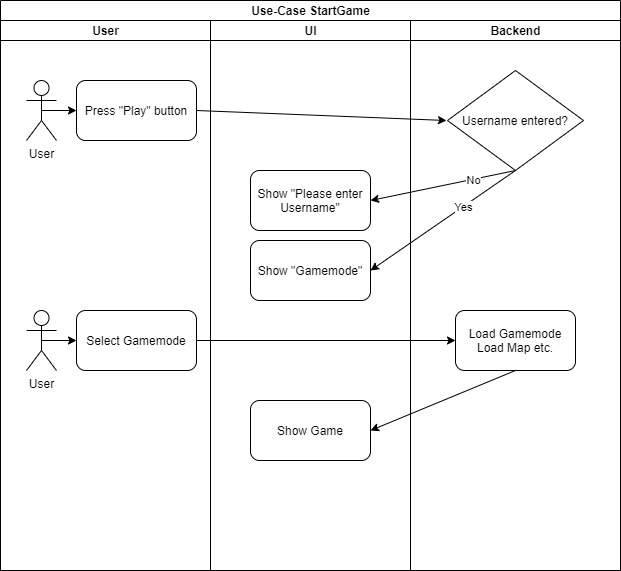
Above: images/UC_GameStart.png in NicoSchrodt/GuessWhereCopy (draw.io), before the change. Source tidied: cells renumbered, new cells last; positions are measured from the earlier drawing's top-left corner, leaving out a move shared by most shapes.
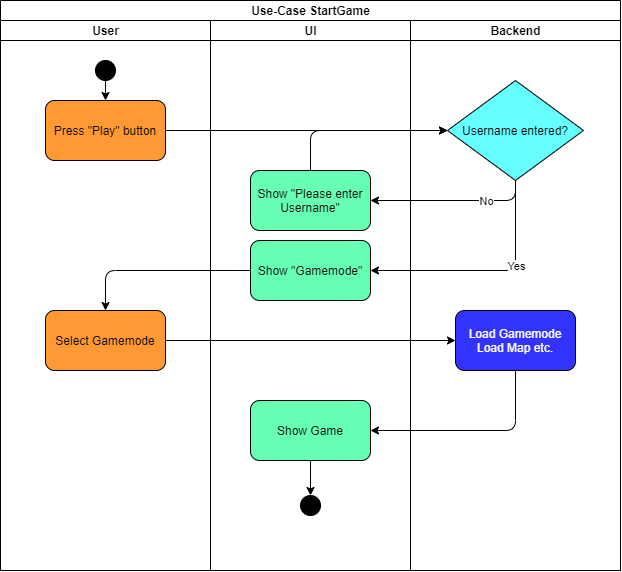
The same file after the commit.

Commit message:
updated usecase diagram startgame

Diff of the diagram source:
```diff
@@ -8,47 +8,51 @@
     <mxCell id="3" value="User" style="swimlane;html=1;startSize=20;" parent="2" vertex="1">
       <mxGeometry y="20" width="210" height="550" as="geometry" />
     </mxCell>
-    <mxCell id="4" value="User" style="shape=umlActor;verticalLabelPosition=bottom;verticalAlign=top;html=1;outlineConnect=0;" parent="3" vertex="1">
-      <mxGeometry x="26" y="60" width="30" height="60" as="geometry" />
-    </mxCell>
-    <mxCell id="5" value="Press &quot;Play&quot; button" style="rounded=1;whiteSpace=wrap;html=1;" parent="3" vertex="1">
-      <mxGeometry x="76" y="60" width="120" height="60" as="geometry" />
+    <mxCell id="5" value="Press &quot;Play&quot; button" style="rounded=1;whiteSpace=wrap;html=1;fillColor=#FF9933;" parent="3" vertex="1">
+      <mxGeometry x="45" y="80" width="120" height="60" as="geometry" />
     </mxCell>
-    <mxCell id="6" style="endArrow=classic;html=1;exitX=0.5;exitY=0.5;exitDx=0;exitDy=0;exitPerimeter=0;entryX=0;entryY=0.5;entryDx=0;entryDy=0;" parent="3" edge="1" source="4" target="5">
-      <mxGeometry relative="1" as="geometry" />
-    </mxCell>
-    <mxCell id="7" value="User" style="shape=umlActor;verticalLabelPosition=bottom;verticalAlign=top;html=1;outlineConnect=0;" parent="3" vertex="1">
-      <mxGeometry x="26" y="290" width="30" height="60" as="geometry" />
-    </mxCell>
-    <mxCell id="8" value="Select Gamemode" style="rounded=1;whiteSpace=wrap;html=1;" parent="3" vertex="1">
-      <mxGeometry x="76" y="290" width="120" height="60" as="geometry" />
+    <mxCell id="8" value="Select Gamemode" style="rounded=1;whiteSpace=wrap;html=1;fillColor=#FF9933;" parent="3" vertex="1">
+      <mxGeometry x="45" y="290" width="120" height="60" as="geometry" />
     </mxCell>
-    <mxCell id="9" style="endArrow=classic;html=1;exitX=0.5;exitY=0.5;exitDx=0;exitDy=0;exitPerimeter=0;entryX=0;entryY=0.5;entryDx=0;entryDy=0;" parent="3" edge="1" source="7" target="8">
-      <mxGeometry relative="1" as="geometry" />
-    </mxCell>
+    <mxCell id="24" style="ellipse;whiteSpace=wrap;html=1;fillColor=#000000;" parent="3" vertex="1">
+      <mxGeometry x="95" y="40" width="20" height="20" as="geometry" />
+    </mxCell>
+    <mxCell id="25" style="endArrow=classic;html=1;exitX=0.5;exitY=1;exitDx=0;exitDy=0;entryX=0.5;entryY=0;entryDx=0;entryDy=0;" parent="3" edge="1" source="24" target="5">
+      <mxGeometry relative="1" as="geometry" />
+    </mxCell>
     <mxCell id="10" value="UI" style="swimlane;html=1;startSize=20;" parent="2" vertex="1">
       <mxGeometry x="210" y="20" width="200" height="550" as="geometry" />
     </mxCell>
-    <mxCell id="11" value="Show &quot;Gamemode&quot;" style="rounded=1;whiteSpace=wrap;html=1;" parent="10" vertex="1">
+    <mxCell id="11" value="Show &quot;Gamemode&quot;" style="rounded=1;whiteSpace=wrap;html=1;fillColor=#66FFB3;" parent="10" vertex="1">
       <mxGeometry x="40" y="220" width="120" height="60" as="geometry" />
     </mxCell>
-    <mxCell id="12" value="Show &quot;Please enter Username&quot;" style="rounded=1;whiteSpace=wrap;html=1;" parent="10" vertex="1">
+    <mxCell id="12" value="Show &quot;Please enter Username&quot;" style="rounded=1;whiteSpace=wrap;html=1;fillColor=#66FFB3;" parent="10" vertex="1">
       <mxGeometry x="40" y="150" width="120" height="60" as="geometry" />
     </mxCell>
-    <mxCell id="13" value="Show Game" style="rounded=1;whiteSpace=wrap;html=1;" parent="10" vertex="1">
+    <mxCell id="13" value="Show Game" style="rounded=1;whiteSpace=wrap;html=1;fillColor=#66FFB3;" parent="10" vertex="1">
       <mxGeometry x="40" y="380" width="120" height="60" as="geometry" />
     </mxCell>
+    <mxCell id="26" style="ellipse;whiteSpace=wrap;html=1;fillColor=#000000;" parent="10" vertex="1">
+      <mxGeometry x="90" y="475" width="20" height="20" as="geometry" />
+    </mxCell>
+    <mxCell id="27" style="endArrow=classic;html=1;entryX=0.5;entryY=0;entryDx=0;entryDy=0;exitX=0.5;exitY=1;exitDx=0;exitDy=0;" parent="10" edge="1" source="13" target="26">
+      <mxGeometry relative="1" as="geometry" />
+    </mxCell>
     <mxCell id="14" value="Backend" style="swimlane;html=1;startSize=20;" parent="2" vertex="1">
       <mxGeometry x="410" y="20" width="210" height="550" as="geometry" />
     </mxCell>
-    <mxCell id="15" value="Username entered?" style="rhombus;whiteSpace=wrap;html=1;" parent="14" vertex="1">
-      <mxGeometry x="37" y="50" width="136" height="100" as="geometry" />
+    <mxCell id="15" value="Username entered?" style="rhombus;whiteSpace=wrap;html=1;fillColor=#66FFFF;" parent="14" vertex="1">
+      <mxGeometry x="37" y="60" width="136" height="100" as="geometry" />
     </mxCell>
-    <mxCell id="16" value="Load Gamemode&lt;br&gt;Load Map etc." style="rounded=1;whiteSpace=wrap;html=1;" parent="14" vertex="1">
+    <mxCell id="16" value="&lt;font color=&quot;#ffffff&quot;&gt;Load Gamemode&lt;br&gt;Load Map etc.&lt;/font&gt;" style="rounded=1;whiteSpace=wrap;html=1;fillColor=#3333FF;" parent="14" vertex="1">
       <mxGeometry x="45" y="290" width="120" height="60" as="geometry" />
     </mxCell>
     <mxCell id="17" style="endArrow=classic;html=1;entryX=1;entryY=0.5;entryDx=0;entryDy=0;exitX=0.5;exitY=1;exitDx=0;exitDy=0;" parent="2" edge="1" source="15" target="11">
-      <mxGeometry relative="1" as="geometry" />
+      <mxGeometry relative="1" as="geometry">
+        <Array as="points">
+          <mxPoint x="515" y="270" />
+        </Array>
+      </mxGeometry>
     </mxCell>
     <mxCell id="18" value="Yes" style="edgeLabel;html=1;align=center;verticalAlign=middle;" parent="17" vertex="1">
       <mxGeometry x="-0.27" relative="1" as="geometry">
@@ -56,7 +60,11 @@
       </mxGeometry>
     </mxCell>
     <mxCell id="19" style="endArrow=classic;html=1;exitX=0.5;exitY=1;exitDx=0;exitDy=0;entryX=1;entryY=0.5;entryDx=0;entryDy=0;" parent="2" edge="1" source="15" target="12">
-      <mxGeometry relative="1" as="geometry" />
+      <mxGeometry relative="1" as="geometry">
+        <Array as="points">
+          <mxPoint x="515" y="200" />
+        </Array>
+      </mxGeometry>
     </mxCell>
     <mxCell id="20" value="No&lt;br&gt;" style="edgeLabel;html=1;align=center;verticalAlign=middle;" parent="19" vertex="1">
       <mxGeometry x="-0.4" y="1" relative="1" as="geometry" />
@@ -65,12 +73,28 @@
       <mxGeometry relative="1" as="geometry" />
     </mxCell>
     <mxCell id="22" style="endArrow=classic;html=1;exitX=0.5;exitY=1;exitDx=0;exitDy=0;entryX=1;entryY=0.5;entryDx=0;entryDy=0;" parent="2" edge="1" source="16" target="13">
-      <mxGeometry relative="1" as="geometry" />
+      <mxGeometry relative="1" as="geometry">
+        <Array as="points">
+          <mxPoint x="515" y="430" />
+        </Array>
+      </mxGeometry>
     </mxCell>
-    <mxCell id="23" style="endArrow=classic;html=1;exitX=1;exitY=0.5;exitDx=0;exitDy=0;" parent="1" edge="1" source="5">
-      <mxGeometry relative="1" as="geometry">
-        <mxPoint x="446" y="120" as="targetPoint" />
-      </mxGeometry>
+    <mxCell id="23" style="endArrow=classic;html=1;exitX=1;exitY=0.5;exitDx=0;exitDy=0;" parent="2" edge="1" source="5" target="15">
+      <mxGeometry relative="1" as="geometry" />
     </mxCell>
+    <mxCell id="28" style="endArrow=classic;html=1;exitX=0;exitY=0.5;exitDx=0;exitDy=0;entryX=0.5;entryY=0;entryDx=0;entryDy=0;" parent="2" edge="1" source="11" target="8">
+      <mxGeometry relative="1" as="geometry">
+        <Array as="points">
+          <mxPoint x="105" y="270" />
+        </Array>
+      </mxGeometry>
+    </mxCell>
+    <mxCell id="29" style="endArrow=classic;html=1;entryX=0;entryY=0.5;entryDx=0;entryDy=0;exitX=0.5;exitY=0;exitDx=0;exitDy=0;" parent="2" edge="1" source="12" target="15">
+      <mxGeometry relative="1" as="geometry">
+        <Array as="points">
+          <mxPoint x="310" y="130" />
+        </Array>
+      </mxGeometry>
+    </mxCell>
   </root>
 </mxGraphModel>
```
